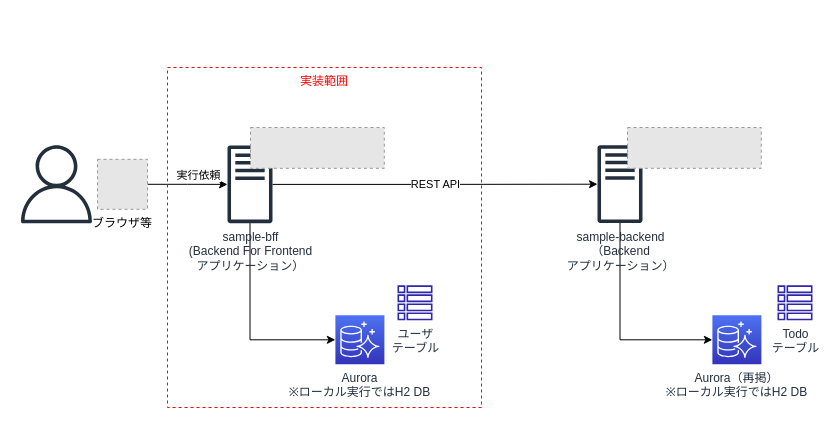
Earlier version of the draw.io diagram img/sample-bff.drawio (mysd33/sample-bff). Source tidied: cells renumbered, new cells numbered last; positions are measured from the earlier drawing's top-left corner, leaving out a move shared by most shapes. Both pictures are drawn from the tidied source at 100%, with x=0, y=0 at pixel (17, 67). Pictures stored in the file or linked from it are replaced by grey dashed boxes.
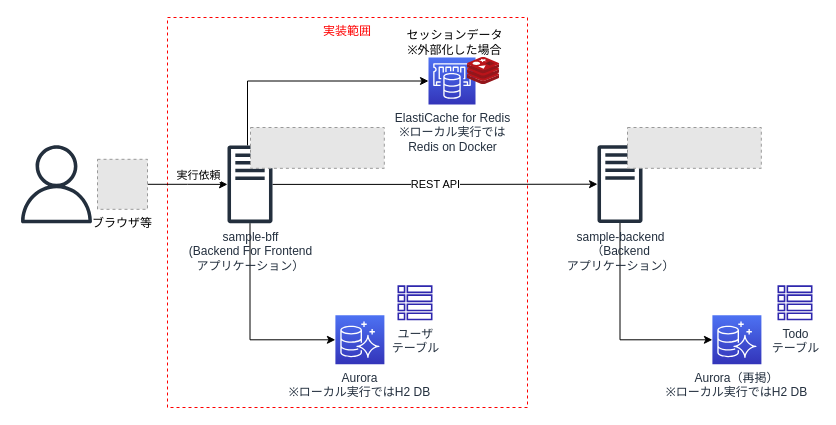
After the change.

Commit message (it also covers changes not shown here):
イメージ図の修正

Unchanged cells that the change refers to:
```xml
<mxCell id="4" value="sample-bff&lt;br&gt;(Backend For Frontend&lt;br&gt;アプリケーション）" style="sketch=0;outlineConnect=0;fontColor=#232F3E;gradientColor=none;fillColor=#232F3D;strokeColor=none;dashed=0;verticalLabelPosition=bottom;verticalAlign=top;align=center;html=1;fontSize=12;fontStyle=0;shape=mxgraph.aws4.traditional_server;" parent="1" vertex="1">
  <mxGeometry x="210" y="77.8" width="45" height="78" as="geometry" />
</mxCell>
```

Change to the diagram source:
```diff
@@
+    <mxCell id="16" value="実装範囲" style="fillColor=none;strokeColor=#FF0000;dashed=1;verticalAlign=top;fontStyle=0;fontColor=#FF0000;" parent="1" vertex="1">
+      <mxGeometry x="150" y="-50" width="360" height="390" as="geometry" />
+    </mxCell>
+    <mxCell id="17" value="ElastiCache for Redis&lt;br&gt;※ローカル実行では&lt;br&gt;Redis on Docker" style="sketch=0;points=[[0,0,0],[0.25,0,0],[0.5,0,0],[0.75,0,0],[1,0,0],[0,1,0],[0.25,1,0],[0.5,1,0],[0.75,1,0],[1,1,0],[0,0.25,0],[0,0.5,0],[0,0.75,0],[1,0.25,0],[1,0.5,0],[1,0.75,0]];outlineConnect=0;fontColor=#232F3E;gradientColor=#4D72F3;gradientDirection=north;fillColor=#3334B9;strokeColor=#ffffff;dashed=0;verticalLabelPosition=bottom;verticalAlign=top;align=center;html=1;fontSize=12;fontStyle=0;shape=mxgraph.aws4.resourceIcon;resIcon=mxgraph.aws4.elasticache;" parent="1" vertex="1">
+      <mxGeometry x="411" y="-10" width="47" height="47" as="geometry" />
+    </mxCell>
@@
+    <mxCell id="18" style="edgeStyle=orthogonalEdgeStyle;rounded=0;jettySize=auto;html=1;entryX=0;entryY=0.5;entryDx=0;entryDy=0;entryPerimeter=0;" parent="1" edge="1" source="4" target="17">
+      <mxGeometry relative="1" as="geometry">
+        <Array as="points">
+          <mxPoint x="230" y="14" />
+        </Array>
+      </mxGeometry>
+    </mxCell>
@@
-    <mxCell id="16" value="実装範囲" style="fillColor=none;strokeColor=#FF0000;dashed=1;verticalAlign=top;fontStyle=0;fontColor=#FF0000;" parent="1" vertex="1">
-      <mxGeometry x="150" width="314" height="340" as="geometry" />
-    </mxCell>
+    <mxCell id="19" style="sketch=0;html=1;align=center;image;fontSize=12;image=img/lib/mscae/Cache_Redis_Product.svg;" parent="1" vertex="1">
+      <mxGeometry x="450" y="-10" width="32.1" height="27" as="geometry" />
+    </mxCell>
+    <mxCell id="20" value="セッションデータ&lt;br&gt;※外部化した場合" style="text;html=1;strokeColor=none;fillColor=none;align=center;verticalAlign=middle;whiteSpace=wrap;rounded=0;" parent="1" vertex="1">
+      <mxGeometry x="380" y="-40" width="115" height="30" as="geometry" />
+    </mxCell>
```
